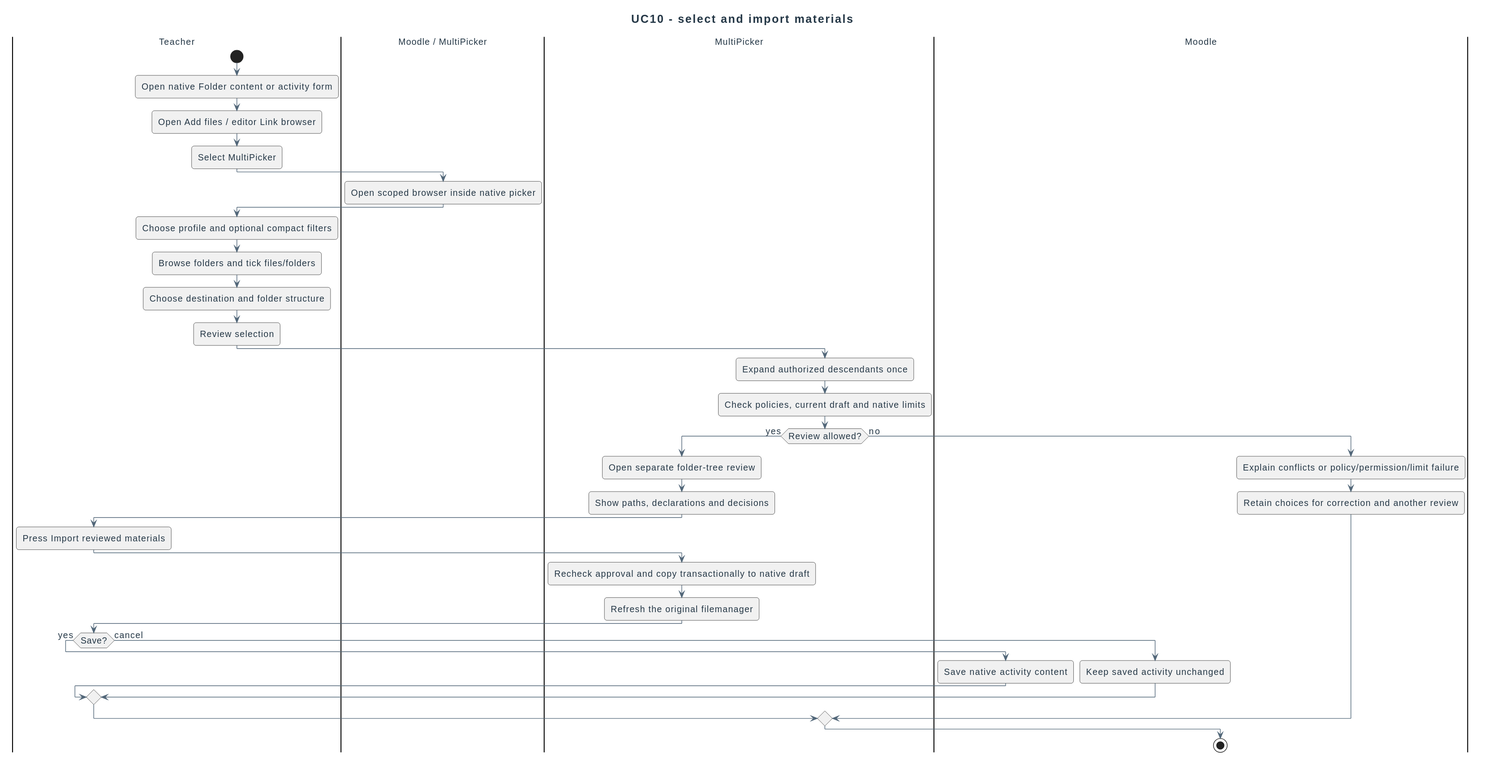
This is docs/diagrams/requirements/use-case-details/uc10-select-materials.svg from didactika/moodle-local_coursefiles, a PlantUML export, as it was before one commit.
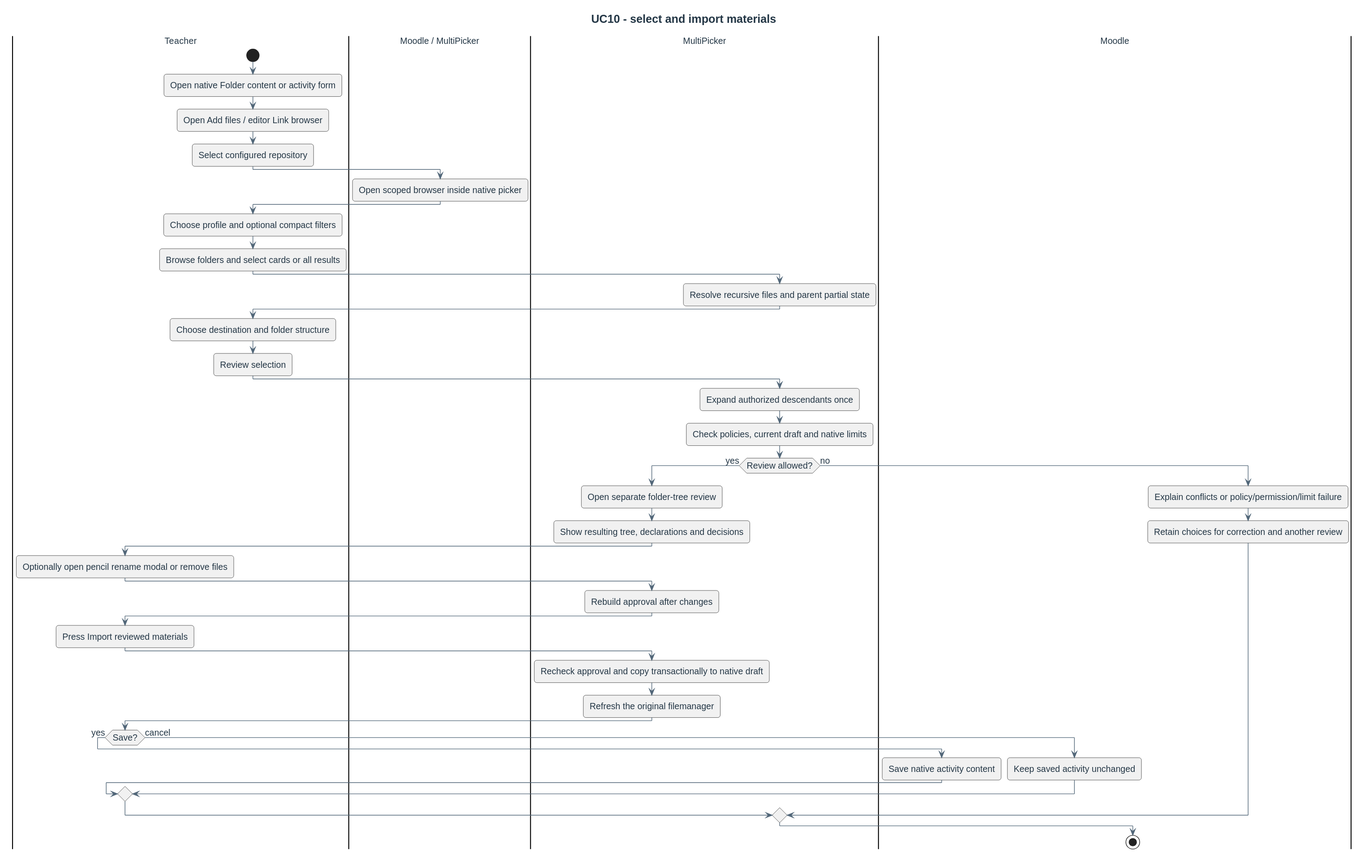
After the commit.

What changed in the source:
```diff
@@ -5,12 +5,15 @@
 start
 :Open native Folder content or activity form;
 :Open Add files / editor Link browser;
-:Select MultiPicker;
+:Select configured repository;
 |Moodle / MultiPicker|
 :Open scoped browser inside native picker;
 |Teacher|
 :Choose profile and optional compact filters;
-:Browse folders and tick files/folders;
+:Browse folders and select cards or all results;
+|MultiPicker|
+:Resolve recursive files and parent partial state;
+|Teacher|
 :Choose destination and folder structure;
 :Review selection;
 |MultiPicker|
@@ -18,7 +21,11 @@
 :Check policies, current draft and native limits;
 if (Review allowed?) then (yes)
  :Open separate folder-tree review;
-:Show paths, declarations and decisions;
+ :Show resulting tree, declarations and decisions;
+ |Teacher|
+ :Optionally open pencil rename modal or remove files;
+ |MultiPicker|
+ :Rebuild approval after changes;
  |Teacher|
  :Press Import reviewed materials;
  |MultiPicker|
```
